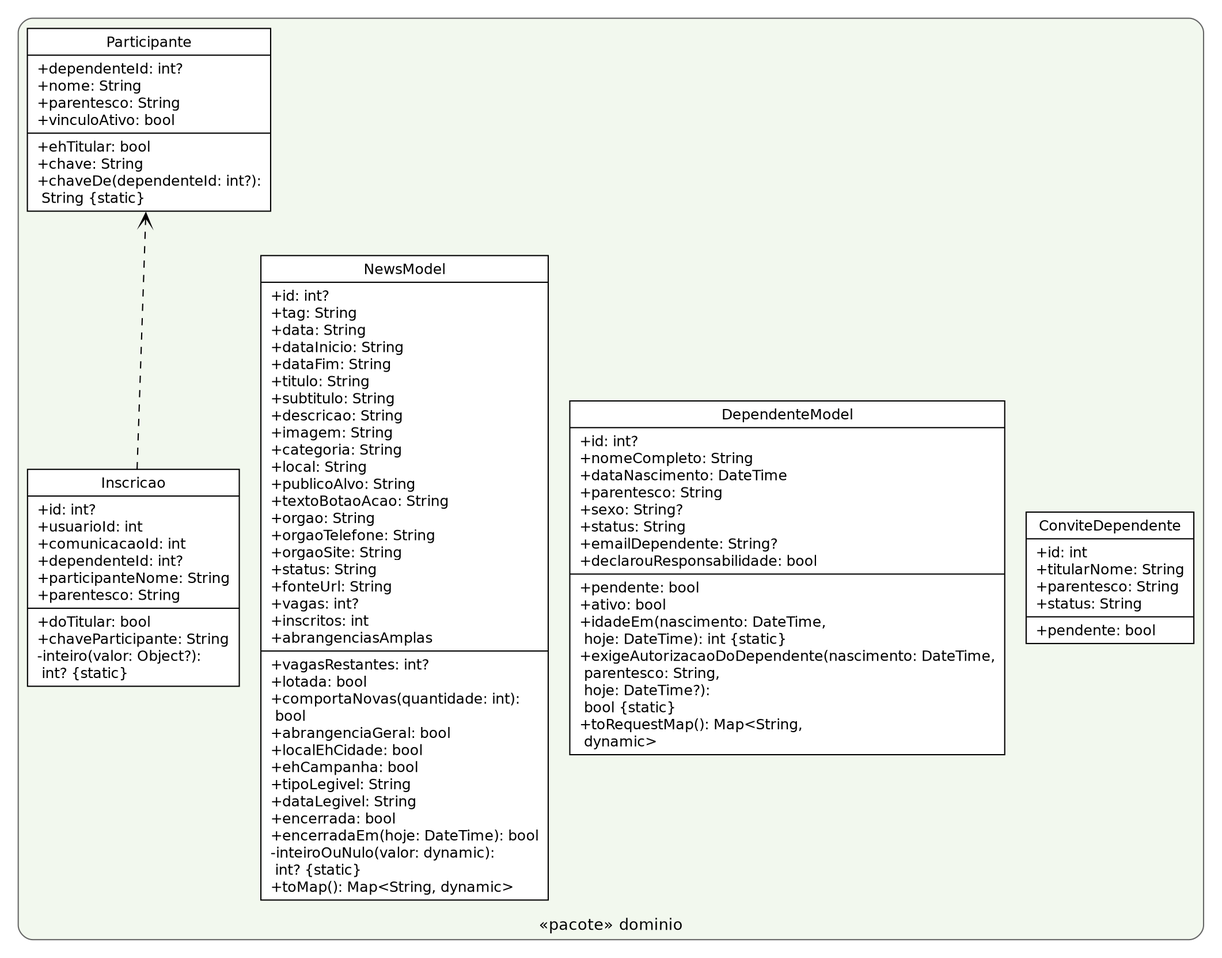
Before: qualidade/relatorios/classes-b-dominio.png, a diagram exported from Graphviz (Conecta-Vida/Conecta-Vida-Mobile). Its source is kept beside it as qualidade/relatorios/classes-b-dominio.dot.
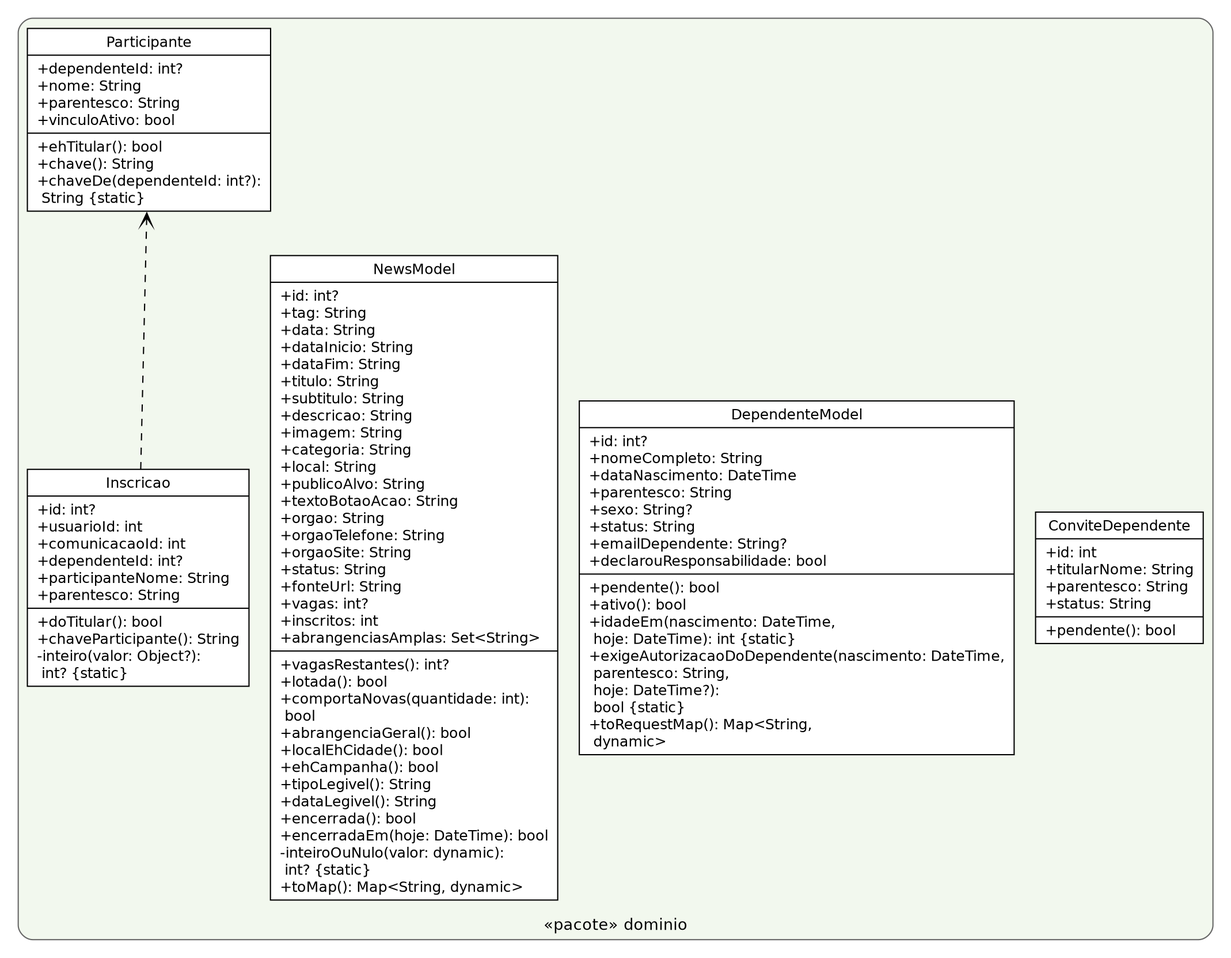
After the commit.

Diff of the diagram source:
```diff
@@ -3,11 +3,11 @@
 node [shape=record, fontname="DejaVu Sans", fontsize=12, style=filled, fillcolor="#ffffff"];
 edge [fontname="DejaVu Sans", fontsize=11];
 subgraph cluster_0 { label="«pacote» dominio"; style="rounded,filled"; fillcolor="#f2f8ee"; color=gray40; fontname="DejaVu Sans"; fontsize=13; labelloc=t;
-  Inscricao [label="{Inscricao|+id: int?\l+usuarioId: int\l+comunicacaoId: int\l+dependenteId: int?\l+participanteNome: String\l+parentesco: String\l|+doTitular: bool\l+chaveParticipante: String\l-inteiro(valor: Object?):\l      int? \{static\}\l}"];
-  Participante [label="{Participante|+dependenteId: int?\l+nome: String\l+parentesco: String\l+vinculoAtivo: bool\l|+ehTitular: bool\l+chave: String\l+chaveDe(dependenteId: int?):\l      String \{static\}\l}"];
-  NewsModel [label="{NewsModel|+id: int?\l+tag: String\l+data: String\l+dataInicio: String\l+dataFim: String\l+titulo: String\l+subtitulo: String\l+descricao: String\l+imagem: String\l+categoria: String\l+local: String\l+publicoAlvo: String\l+textoBotaoAcao: String\l+orgao: String\l+orgaoTelefone: String\l+orgaoSite: String\l+status: String\l+fonteUrl: String\l+vagas: int?\l+inscritos: int\l+abrangenciasAmplas\l|+vagasRestantes: int?\l+lotada: bool\l+comportaNovas(quantidade: int):\l      bool\l+abrangenciaGeral: bool\l+localEhCidade: bool\l+ehCampanha: bool\l+tipoLegivel: String\l+dataLegivel: String\l+encerrada: bool\l+encerradaEm(hoje: DateTime): bool\l-inteiroOuNulo(valor: dynamic):\l      int? \{static\}\l+toMap(): Map&lt;String, dynamic&gt;\l}"];
-  DependenteModel [label="{DependenteModel|+id: int?\l+nomeCompleto: String\l+dataNascimento: DateTime\l+parentesco: String\l+sexo: String?\l+status: String\l+emailDependente: String?\l+declarouResponsabilidade: bool\l|+pendente: bool\l+ativo: bool\l+idadeEm(nascimento: DateTime,\l      hoje: DateTime): int \{static\}\l+exigeAutorizacaoDoDependente(nascimento: DateTime,\l      parentesco: String,\l      hoje: DateTime?):\l      bool \{static\}\l+toRequestMap(): Map&lt;String,\l      dynamic&gt;\l}"];
-  ConviteDependente [label="{ConviteDependente|+id: int\l+titularNome: String\l+parentesco: String\l+status: String\l|+pendente: bool\l}"];
+  Inscricao [label="{Inscricao|+id: int?\l+usuarioId: int\l+comunicacaoId: int\l+dependenteId: int?\l+participanteNome: String\l+parentesco: String\l|+doTitular(): bool\l+chaveParticipante(): String\l-inteiro(valor: Object?):\l      int? \{static\}\l}"];
+  Participante [label="{Participante|+dependenteId: int?\l+nome: String\l+parentesco: String\l+vinculoAtivo: bool\l|+ehTitular(): bool\l+chave(): String\l+chaveDe(dependenteId: int?):\l      String \{static\}\l}"];
+  NewsModel [label="{NewsModel|+id: int?\l+tag: String\l+data: String\l+dataInicio: String\l+dataFim: String\l+titulo: String\l+subtitulo: String\l+descricao: String\l+imagem: String\l+categoria: String\l+local: String\l+publicoAlvo: String\l+textoBotaoAcao: String\l+orgao: String\l+orgaoTelefone: String\l+orgaoSite: String\l+status: String\l+fonteUrl: String\l+vagas: int?\l+inscritos: int\l+abrangenciasAmplas: Set&lt;String&gt;\l|+vagasRestantes(): int?\l+lotada(): bool\l+comportaNovas(quantidade: int):\l      bool\l+abrangenciaGeral(): bool\l+localEhCidade(): bool\l+ehCampanha(): bool\l+tipoLegivel(): String\l+dataLegivel(): String\l+encerrada(): bool\l+encerradaEm(hoje: DateTime): bool\l-inteiroOuNulo(valor: dynamic):\l      int? \{static\}\l+toMap(): Map&lt;String, dynamic&gt;\l}"];
+  DependenteModel [label="{DependenteModel|+id: int?\l+nomeCompleto: String\l+dataNascimento: DateTime\l+parentesco: String\l+sexo: String?\l+status: String\l+emailDependente: String?\l+declarouResponsabilidade: bool\l|+pendente(): bool\l+ativo(): bool\l+idadeEm(nascimento: DateTime,\l      hoje: DateTime): int \{static\}\l+exigeAutorizacaoDoDependente(nascimento: DateTime,\l      parentesco: String,\l      hoje: DateTime?):\l      bool \{static\}\l+toRequestMap(): Map&lt;String,\l      dynamic&gt;\l}"];
+  ConviteDependente [label="{ConviteDependente|+id: int\l+titularNome: String\l+parentesco: String\l+status: String\l|+pendente(): bool\l}"];
 }
   Inscricao -> Participante [arrowhead=vee, style=dashed];
 }
```
